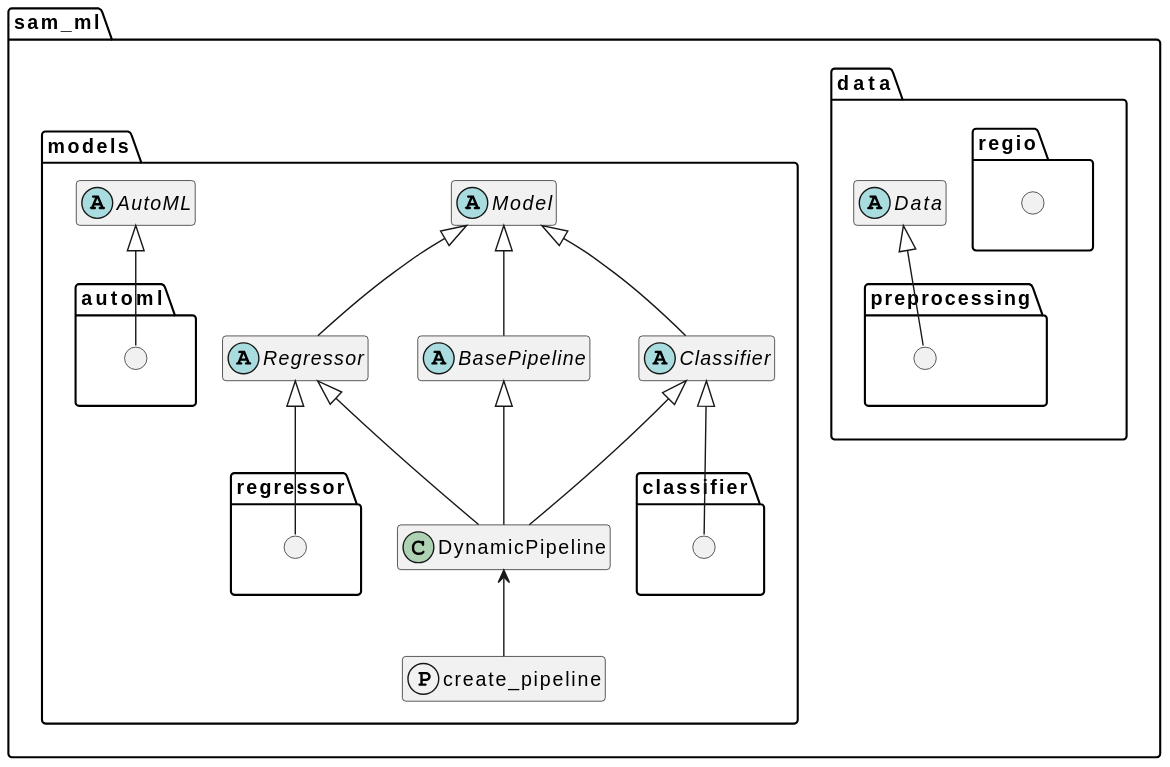
Before: docs/_images/uml_diagram.svg, a diagram exported from PlantUML (Priapos1004/SAM_ML). Source of this version:
```plantuml
@startuml
skinparam classAttributeIconSize 0
        hide empty members

        package "sam_ml" {

            package "sam_ml.data" {
                abstract class Data
                package "sam_ml.data.preprocessing" {
                    circle " "
                }
                package "sam_ml.data.regio" {
                    circle "     "
                }
            }

            package "sam_ml.models" {
                abstract class Model
                abstract class Classifier
                abstract class Regressor
                abstract class BasePipeline
                protocol create_pipeline
                class DynamicPipeline
                package "sam_ml.models.classifier" {
                    circle "  "
                }
                package "sam_ml.models.regressor" {
                    circle "   "
                }

                abstract class AutoML
                package "sam_ml.models.automl" {
                    circle "    "
                }
            }
        }

        AutoML <|-- "    "
        Data <|-- " "
        Model <|-- Classifier
        Model <|-- Regressor
        Model <|-- BasePipeline
        Classifier <|-- "  "
        Classifier <|-- DynamicPipeline
        Regressor <|-- DynamicPipeline
        Regressor <|-- "   "
        DynamicPipeline <-- create_pipeline
        BasePipeline <|-- DynamicPipeline
@enduml
```
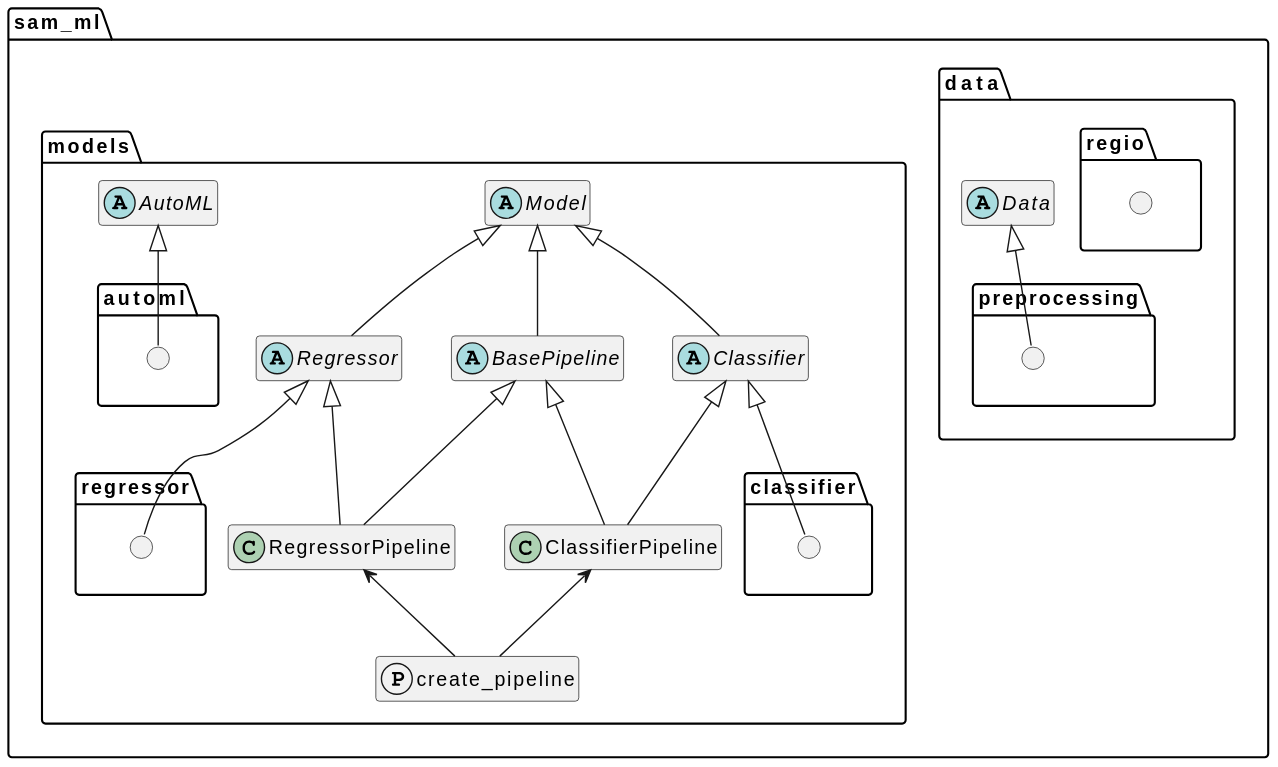
Above is the later version.

Diff of the diagram source:
```diff
@@ -20,7 +20,8 @@
                 abstract class Regressor
                 abstract class BasePipeline
                 protocol create_pipeline
-                class DynamicPipeline
+                class ClassifierPipeline
+                class RegressorPipeline
                 package "sam_ml.models.classifier" {
                     circle "  "
                 }
@@ -41,9 +42,11 @@
         Model <|-- Regressor
         Model <|-- BasePipeline
         Classifier <|-- "  "
-        Classifier <|-- DynamicPipeline
-        Regressor <|-- DynamicPipeline
+        Classifier <|-- ClassifierPipeline
+        Regressor <|-- RegressorPipeline
         Regressor <|-- "   "
-        DynamicPipeline <-- create_pipeline
-        BasePipeline <|-- DynamicPipeline
+        ClassifierPipeline <-- create_pipeline
+        RegressorPipeline <-- create_pipeline
+        BasePipeline <|-- ClassifierPipeline
+        BasePipeline <|-- RegressorPipeline
 @enduml
```
